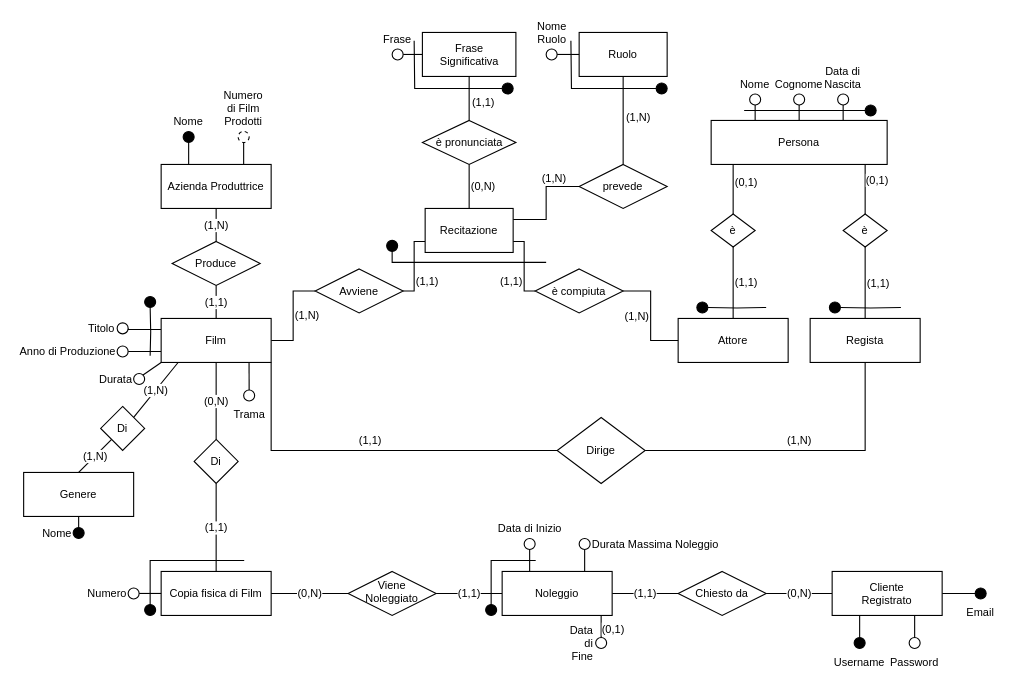
Above: page "ER-Ristrutturato" (3 of 3) of ER.drawio in lazylace37/uni_basi_di_dati_lab (draw.io), before the change. Source tidied: cells renumbered, new cells numbered last; positions are measured from the earlier drawing's top-left corner, leaving out a move shared by most shapes. Both pictures are drawn from the tidied source at 110%, with x=0, y=0 at pixel (23, 32).
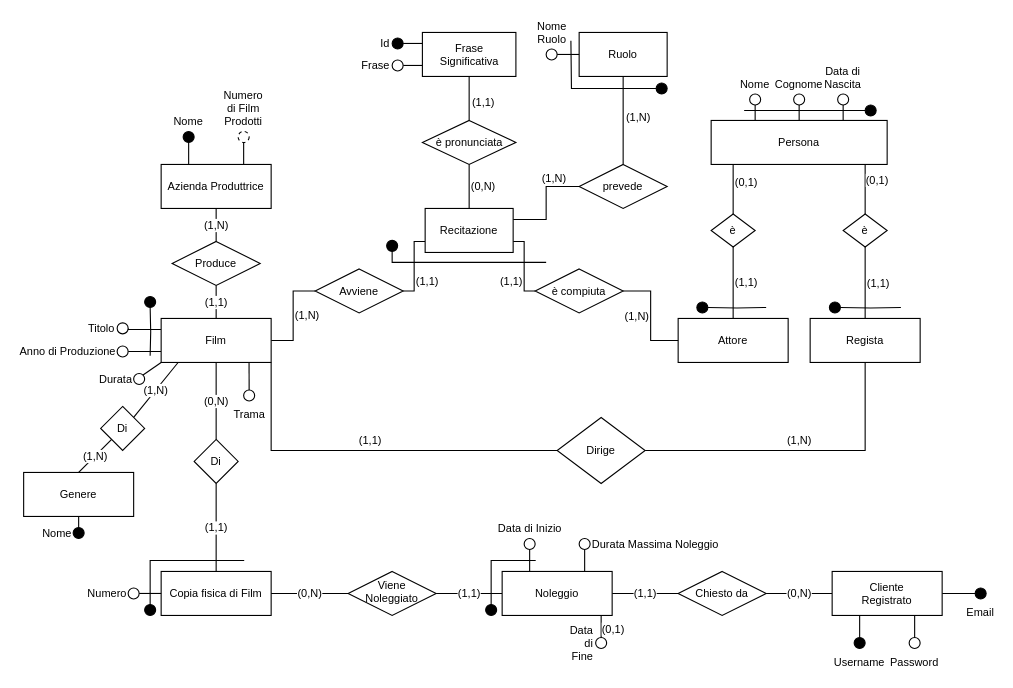
The same page after the edit.

Commit message (it also covers changes not shown here):
Update ER diagram with ID for `frase significativa`.

The change refers to these unchanged cells:
```xml
<mxCell id="79" value="Frase&lt;br&gt;Significativa" style="rounded=0;whiteSpace=wrap;html=1;fontSize=10;" parent="1" vertex="1">
  <mxGeometry x="362.5" width="85" height="40" as="geometry" />
</mxCell>
```

Change to the diagram source:
```diff
@@
-    <mxCell id="78" style="edgeStyle=orthogonalEdgeStyle;rounded=0;jettySize=auto;html=1;exitX=0;exitY=0.5;exitDx=0;exitDy=0;endArrow=none;endFill=0;fontSize=10;entryX=1;entryY=0.5;entryDx=0;entryDy=0;" parent="1" edge="1" source="79" target="81">
-      <mxGeometry relative="1" as="geometry" />
+    <mxCell id="78" style="edgeStyle=orthogonalEdgeStyle;rounded=0;jettySize=auto;html=1;exitX=0;exitY=0.5;exitDx=0;exitDy=0;endArrow=none;endFill=0;fontSize=10;entryX=1;entryY=0.5;entryDx=0;entryDy=0;" parent="1" edge="1" target="81">
+      <mxGeometry relative="1" as="geometry">
+        <mxPoint x="362.5" y="30" as="sourcePoint" />
+      </mxGeometry>
     </mxCell>
@@
-    <mxCell id="81" value="Frase" style="ellipse;whiteSpace=wrap;html=1;align=center;labelPosition=center;verticalLabelPosition=top;verticalAlign=bottom;fillColor=default;fontSize=10;" parent="1" vertex="1">
-      <mxGeometry x="335" y="15" width="10" height="10" as="geometry" />
+    <mxCell id="81" value="Frase" style="ellipse;whiteSpace=wrap;html=1;align=right;labelPosition=left;verticalLabelPosition=middle;verticalAlign=middle;fillColor=default;fontSize=10;" parent="1" vertex="1">
+      <mxGeometry x="335" y="25" width="10" height="10" as="geometry" />
     </mxCell>
-    <mxCell id="82" style="endArrow=none;html=1;rounded=0;edgeStyle=orthogonalEdgeStyle;exitX=0;exitY=0.5;exitDx=0;exitDy=0;fontSize=10;" parent="1" edge="1" source="83">
-      <mxGeometry relative="1" as="geometry">
-        <mxPoint x="355" y="7.5" as="targetPoint" />
-      </mxGeometry>
-    </mxCell>
-    <mxCell id="83" style="ellipse;whiteSpace=wrap;html=1;align=left;labelPosition=right;verticalLabelPosition=middle;verticalAlign=middle;fillColor=#000000;fontSize=10;" parent="1" vertex="1">
-      <mxGeometry x="435" y="46" width="10" height="10" as="geometry" />
+    <mxCell id="83" value="Id" style="ellipse;whiteSpace=wrap;html=1;align=right;labelPosition=left;verticalLabelPosition=middle;verticalAlign=middle;fillColor=#000000;fontSize=10;" parent="1" vertex="1">
+      <mxGeometry x="335" y="5" width="10" height="10" as="geometry" />
     </mxCell>
@@
+    <mxCell id="113" style="endArrow=none;html=1;rounded=0;entryX=1;entryY=0.5;entryDx=0;entryDy=0;exitX=0;exitY=0.25;exitDx=0;exitDy=0;" parent="1" edge="1" source="79" target="83">
+      <mxGeometry relative="1" as="geometry" />
+    </mxCell>
```
